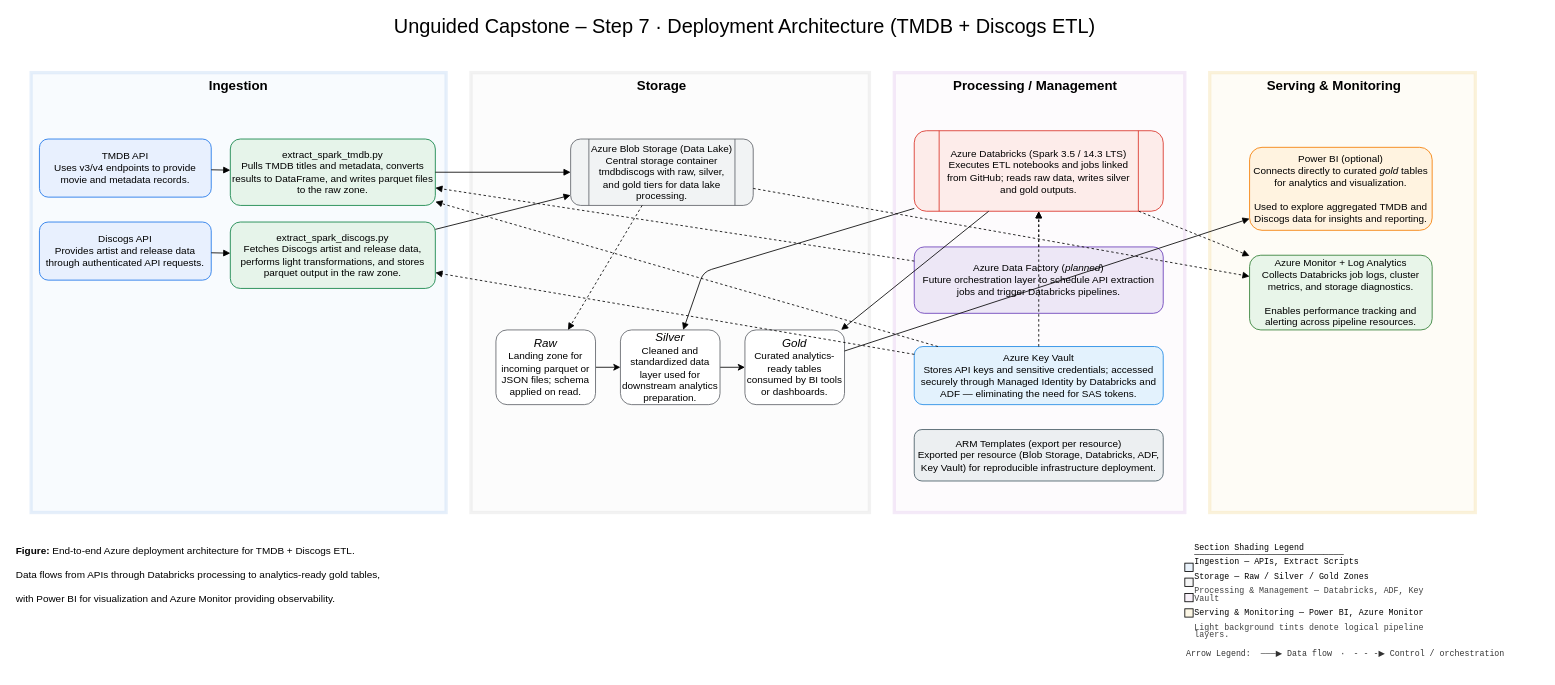
The draw.io diagram architecture/diagrams/Step7_Architecture_Diagram.drawio in mtholahan/unguided-capstone-project, before the edit. Source tidied: cells renumbered, new cells numbered last; positions are measured from the earlier drawing's top-left corner, leaving out a move shared by most shapes. Both pictures are drawn from the tidied source at 83%, with x=0, y=0 at pixel (14, 14).
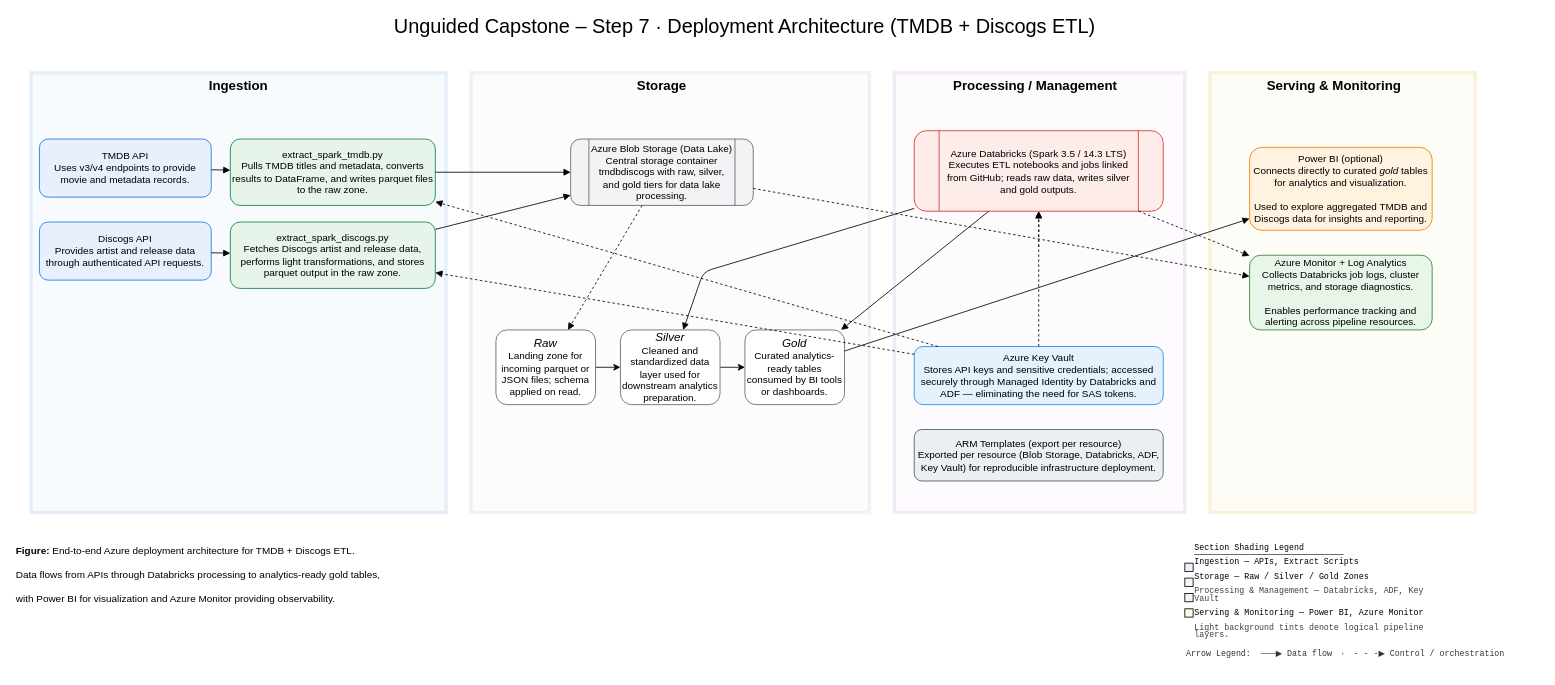
Above is the later version.

Commit message (it also covers changes not shown here):
Akhil reqested that I remove mention of Azure Data Factory as it's superfluous

The change refers to these unchanged cells:
```xml
<mxCell id="12" value="extract_spark_tmdb.py&lt;br&gt;Pulls TMDB titles and metadata, converts results to DataFrame, and writes parquet files to the raw zone." style="rounded=1;whiteSpace=wrap;html=1;strokeColor=#0b8043;fillColor=#e6f4ea;" parent="1" vertex="1">
  <mxGeometry x="260" y="150" width="247" height="80" as="geometry" />
</mxCell>
<mxCell id="20" value="Azure Databricks (Spark 3.5 / 14.3 LTS)&lt;br&gt;Executes ETL notebooks and jobs linked from GitHub; reads raw data, writes silver and gold outputs." style="shape=process;rounded=1;whiteSpace=wrap;html=1;strokeColor=#d93025;fillColor=#fdecea;" parent="1" vertex="1">
  <mxGeometry x="1084" y="140" width="300" height="97" as="geometry" />
</mxCell>
```

What changed in the source:
```diff
@@
-    <mxCell id="21" value="Azure Data Factory (&lt;i&gt;planned&lt;/i&gt;)&lt;br&gt;Future orchestration layer to schedule API extraction jobs and trigger Databricks pipelines." style="rounded=1;whiteSpace=wrap;html=1;strokeColor=#673ab7;fillColor=#ede7f6;" parent="1" vertex="1">
-      <mxGeometry x="1084" y="280" width="300" height="80" as="geometry" />
-    </mxCell>
@@
-    <mxCell id="34" style="endArrow=block;dashed=1;" parent="1" edge="1" source="21" target="12">
-      <mxGeometry relative="1" as="geometry" />
-    </mxCell>
-    <mxCell id="35" style="endArrow=block;dashed=1;" parent="1" edge="1" source="21" target="20">
-      <mxGeometry relative="1" as="geometry" />
+    <mxCell id="35" style="endArrow=block;dashed=1;" parent="1" edge="1" target="20">
+      <mxGeometry relative="1" as="geometry">
+        <mxPoint x="1234" y="280" as="sourcePoint" />
+      </mxGeometry>
     </mxCell>
```
